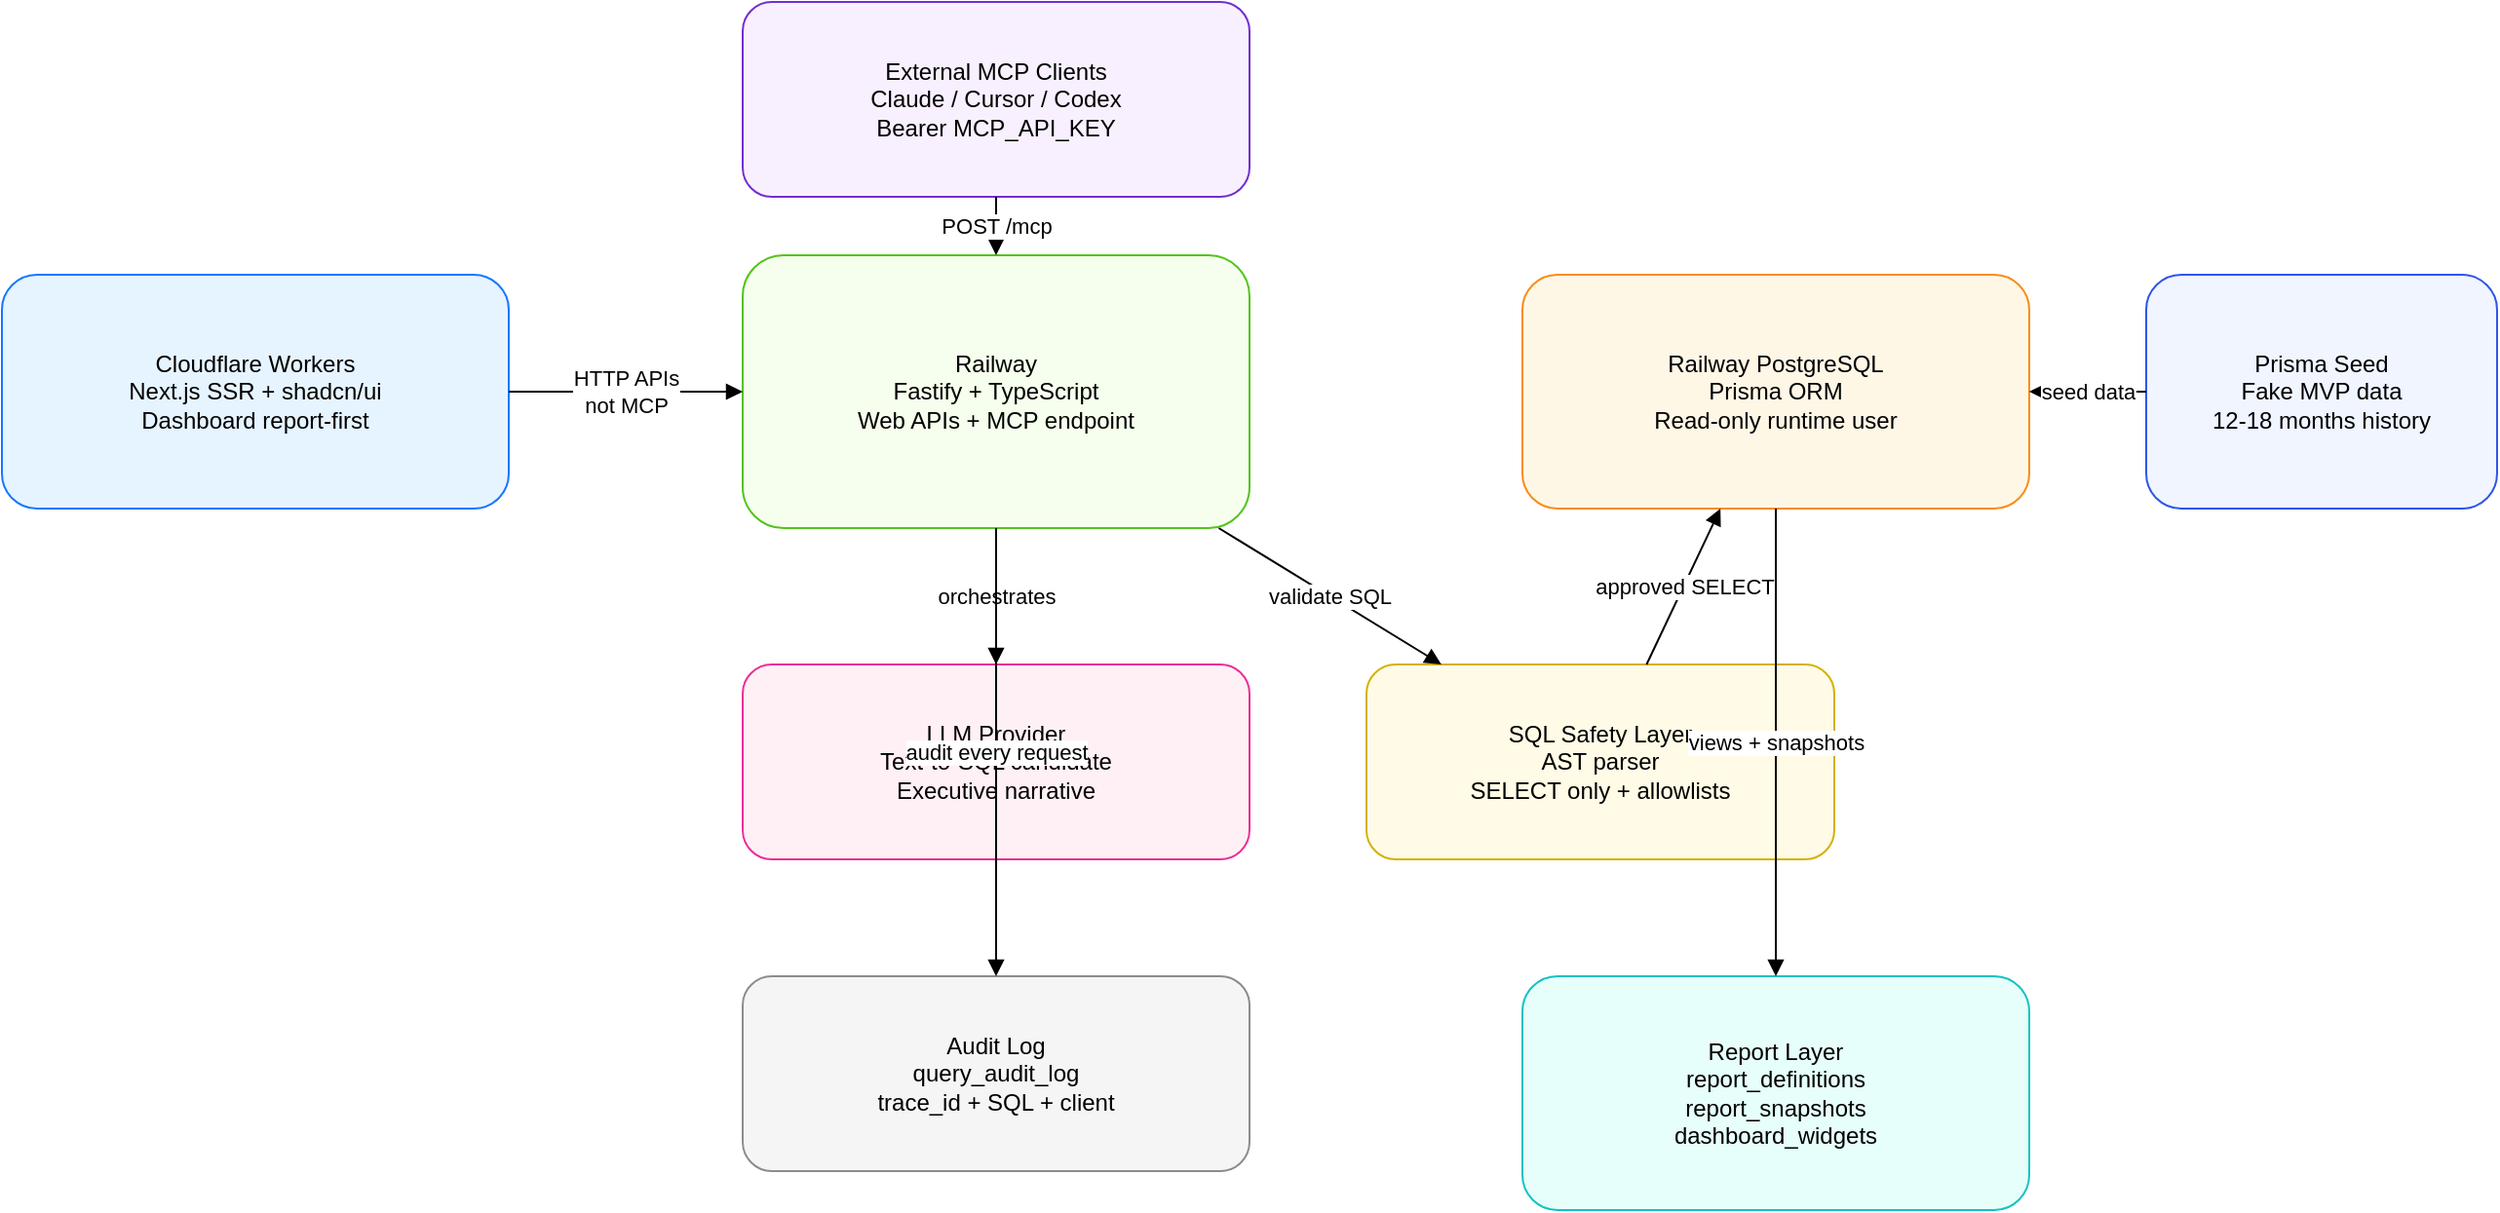
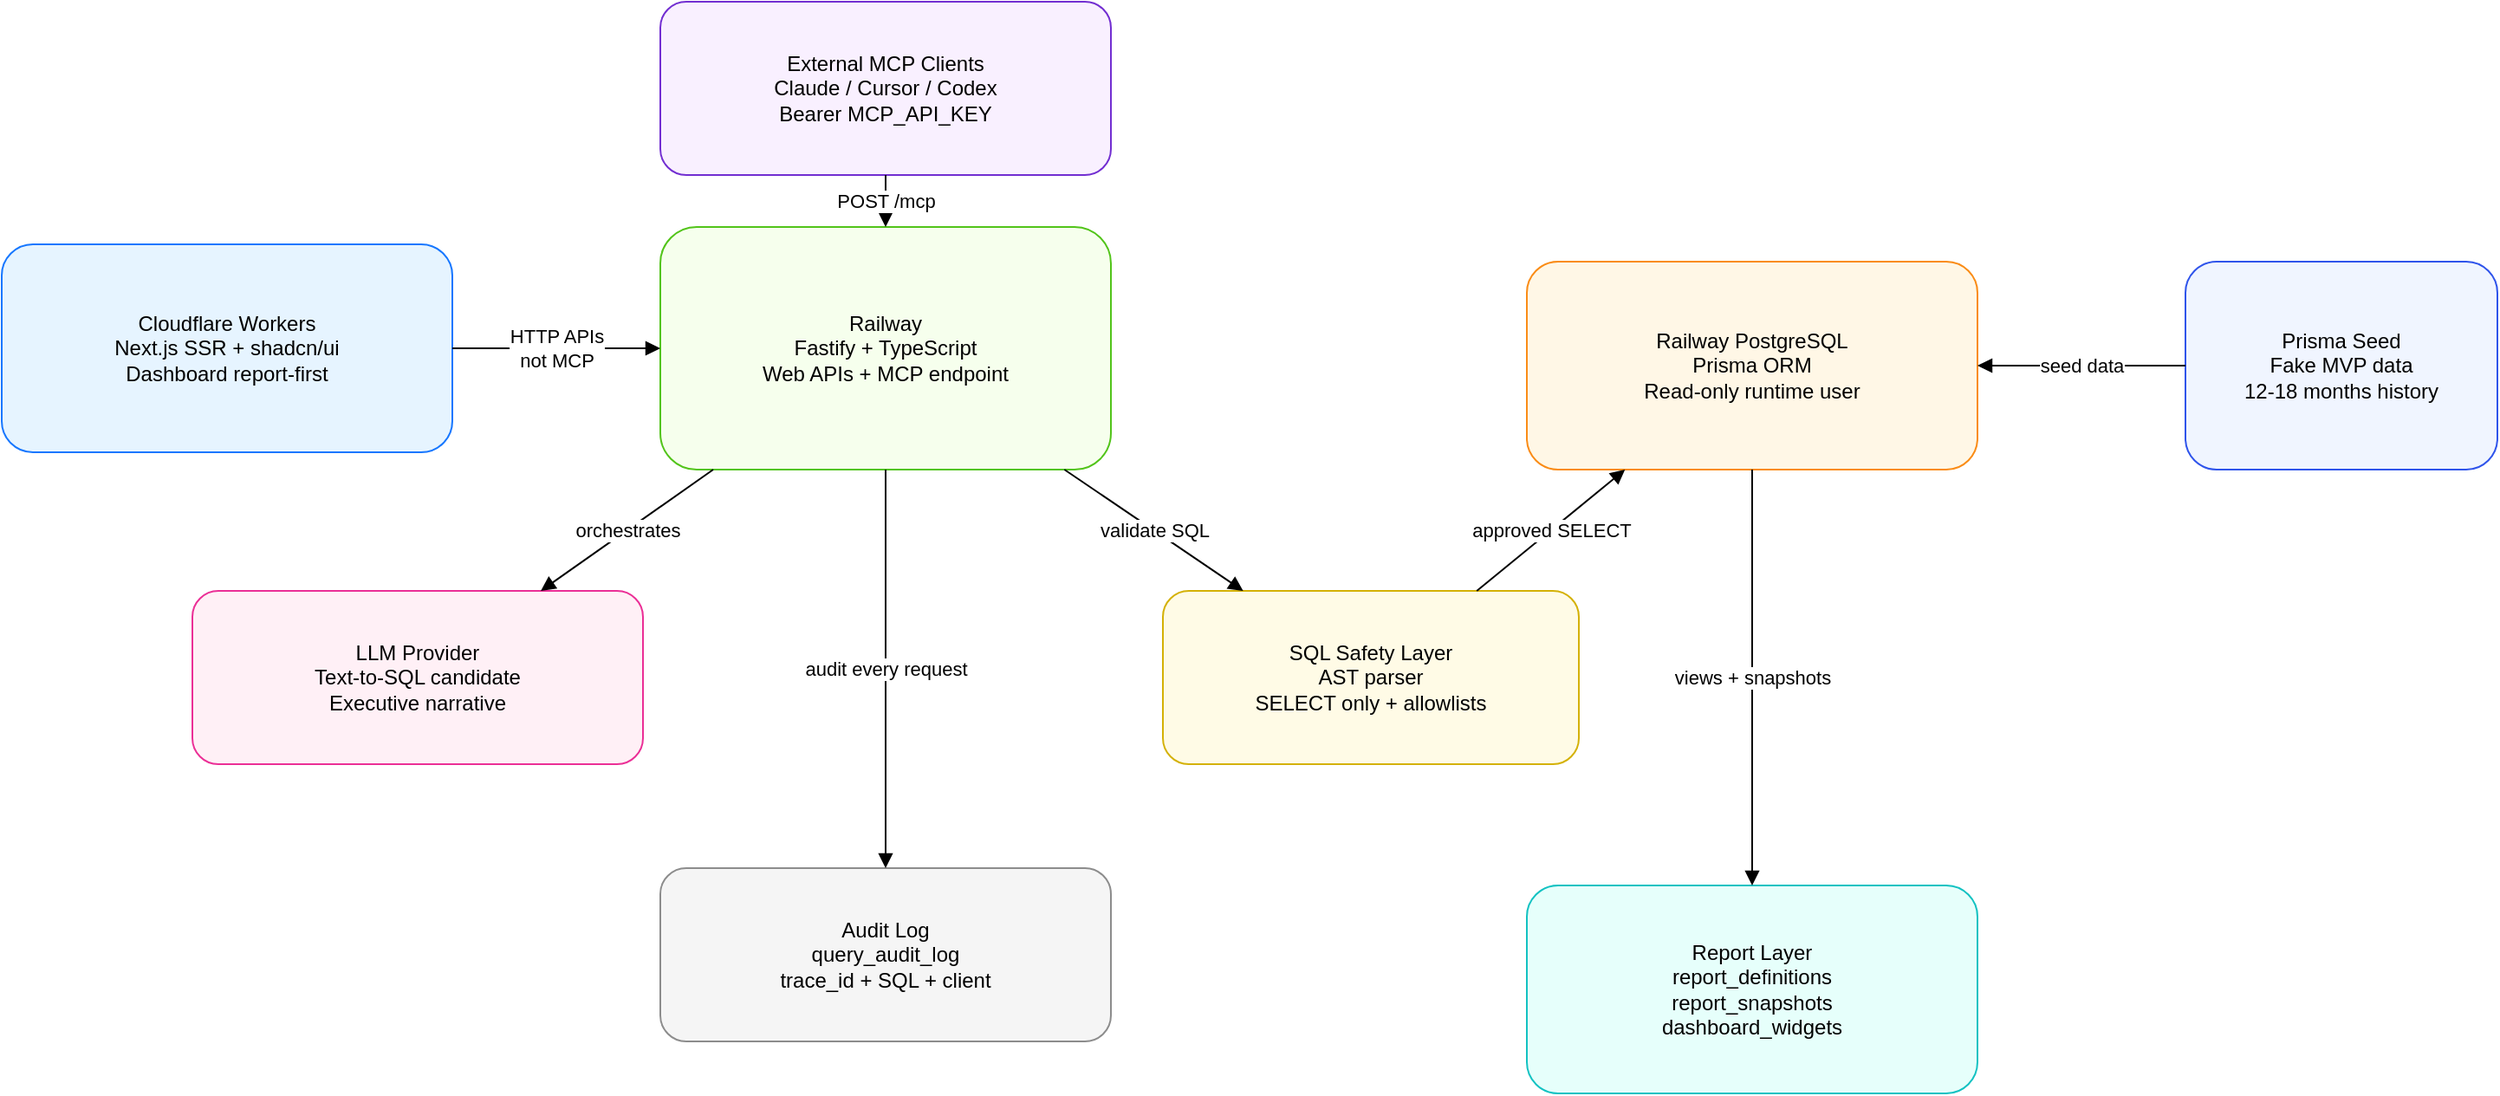
- <mxfile host="app.diagrams.net">
+ <mxfile host="Electron">
  <diagram name="Architecture" id="architecture">
-     <mxGraphModel dx="1200" dy="800" grid="1" gridSize="10" guides="1" tooltips="1" connect="1" arrows="1" fold="1" page="1" pageScale="1" pageWidth="1400" pageHeight="900" math="0" shadow="0">
+     <mxGraphModel dx="1664" dy="989" grid="1" gridSize="10" guides="1" tooltips="1" connect="1" arrows="1" fold="1" page="1" pageScale="1" pageWidth="1400" pageHeight="900" math="0" shadow="0">
      <root>
-         <mxCell id="0"/>
-         <mxCell id="1" parent="0"/>
-         <mxCell id="cloudflare" value="Cloudflare Workers&#xa;Next.js SSR + shadcn/ui&#xa;Dashboard report-first" style="rounded=1;whiteSpace=wrap;html=1;fillColor=#e6f4ff;strokeColor=#1677ff;" vertex="1" parent="1"><mxGeometry x="80" y="160" width="260" height="120" as="geometry"/></mxCell>
-         <mxCell id="railway" value="Railway&#xa;Fastify + TypeScript&#xa;Web APIs + MCP endpoint" style="rounded=1;whiteSpace=wrap;html=1;fillColor=#f6ffed;strokeColor=#52c41a;" vertex="1" parent="1"><mxGeometry x="460" y="150" width="260" height="140" as="geometry"/></mxCell>
-         <mxCell id="postgres" value="Railway PostgreSQL&#xa;Prisma ORM&#xa;Read-only runtime user" style="rounded=1;whiteSpace=wrap;html=1;fillColor=#fff7e6;strokeColor=#fa8c16;" vertex="1" parent="1"><mxGeometry x="860" y="160" width="260" height="120" as="geometry"/></mxCell>
-         <mxCell id="mcp" value="External MCP Clients&#xa;Claude / Cursor / Codex&#xa;Bearer MCP_API_KEY" style="rounded=1;whiteSpace=wrap;html=1;fillColor=#f9f0ff;strokeColor=#722ed1;" vertex="1" parent="1"><mxGeometry x="460" y="20" width="260" height="100" as="geometry"/></mxCell>
-         <mxCell id="llm" value="LLM Provider&#xa;Text-to-SQL candidate&#xa;Executive narrative" style="rounded=1;whiteSpace=wrap;html=1;fillColor=#fff0f6;strokeColor=#eb2f96;" vertex="1" parent="1"><mxGeometry x="460" y="360" width="260" height="100" as="geometry"/></mxCell>
-         <mxCell id="safety" value="SQL Safety Layer&#xa;AST parser&#xa;SELECT only + allowlists" style="rounded=1;whiteSpace=wrap;html=1;fillColor=#fffbe6;strokeColor=#d4b106;" vertex="1" parent="1"><mxGeometry x="780" y="360" width="240" height="100" as="geometry"/></mxCell>
-         <mxCell id="reports" value="Report Layer&#xa;report_definitions&#xa;report_snapshots&#xa;dashboard_widgets" style="rounded=1;whiteSpace=wrap;html=1;fillColor=#e6fffb;strokeColor=#13c2c2;" vertex="1" parent="1"><mxGeometry x="860" y="520" width="260" height="120" as="geometry"/></mxCell>
-         <mxCell id="audit" value="Audit Log&#xa;query_audit_log&#xa;trace_id + SQL + client" style="rounded=1;whiteSpace=wrap;html=1;fillColor=#f5f5f5;strokeColor=#8c8c8c;" vertex="1" parent="1"><mxGeometry x="460" y="520" width="260" height="100" as="geometry"/></mxCell>
-         <mxCell id="seed" value="Prisma Seed&#xa;Fake MVP data&#xa;12-18 months history" style="rounded=1;whiteSpace=wrap;html=1;fillColor=#f0f5ff;strokeColor=#2f54eb;" vertex="1" parent="1"><mxGeometry x="1180" y="160" width="180" height="120" as="geometry"/></mxCell>
-         <mxCell id="e1" edge="1" parent="1" source="cloudflare" target="railway" style="endArrow=block;html=1;rounded=0;" value="HTTP APIs&#xa;not MCP"><mxGeometry relative="1" as="geometry"/></mxCell>
-         <mxCell id="e2" edge="1" parent="1" source="mcp" target="railway" style="endArrow=block;html=1;rounded=0;" value="POST /mcp"><mxGeometry relative="1" as="geometry"/></mxCell>
-         <mxCell id="e3" edge="1" parent="1" source="railway" target="llm" style="endArrow=block;html=1;rounded=0;" value="orchestrates"><mxGeometry relative="1" as="geometry"/></mxCell>
-         <mxCell id="e4" edge="1" parent="1" source="railway" target="safety" style="endArrow=block;html=1;rounded=0;" value="validate SQL"><mxGeometry relative="1" as="geometry"/></mxCell>
-         <mxCell id="e5" edge="1" parent="1" source="safety" target="postgres" style="endArrow=block;html=1;rounded=0;" value="approved SELECT"><mxGeometry relative="1" as="geometry"/></mxCell>
-         <mxCell id="e6" edge="1" parent="1" source="postgres" target="reports" style="endArrow=block;html=1;rounded=0;" value="views + snapshots"><mxGeometry relative="1" as="geometry"/></mxCell>
-         <mxCell id="e7" edge="1" parent="1" source="railway" target="audit" style="endArrow=block;html=1;rounded=0;" value="audit every request"><mxGeometry relative="1" as="geometry"/></mxCell>
-         <mxCell id="e8" edge="1" parent="1" source="seed" target="postgres" style="endArrow=block;html=1;rounded=0;" value="seed data"><mxGeometry relative="1" as="geometry"/></mxCell>
+         <mxCell id="0" />
+         <mxCell id="1" parent="0" />
+         <mxCell id="cloudflare" parent="1" style="rounded=1;whiteSpace=wrap;html=1;fillColor=#e6f4ff;strokeColor=#1677ff;" value="Cloudflare Workers&#xa;Next.js SSR + shadcn/ui&#xa;Dashboard report-first" vertex="1">
+           <mxGeometry height="120" width="260" x="80" y="160" as="geometry" />
+         </mxCell>
+         <mxCell id="railway" parent="1" style="rounded=1;whiteSpace=wrap;html=1;fillColor=#f6ffed;strokeColor=#52c41a;" value="Railway&#xa;Fastify + TypeScript&#xa;Web APIs + MCP endpoint" vertex="1">
+           <mxGeometry height="140" width="260" x="460" y="150" as="geometry" />
+         </mxCell>
+         <mxCell id="postgres" parent="1" style="rounded=1;whiteSpace=wrap;html=1;fillColor=#fff7e6;strokeColor=#fa8c16;" value="Railway PostgreSQL&#xa;Prisma ORM&#xa;Read-only runtime user" vertex="1">
+           <mxGeometry height="120" width="260" x="960" y="170" as="geometry" />
+         </mxCell>
+         <mxCell id="mcp" parent="1" style="rounded=1;whiteSpace=wrap;html=1;fillColor=#f9f0ff;strokeColor=#722ed1;" value="External MCP Clients&#xa;Claude / Cursor / Codex&#xa;Bearer MCP_API_KEY" vertex="1">
+           <mxGeometry height="100" width="260" x="460" y="20" as="geometry" />
+         </mxCell>
+         <mxCell id="llm" parent="1" style="rounded=1;whiteSpace=wrap;html=1;fillColor=#fff0f6;strokeColor=#eb2f96;" value="LLM Provider&#xa;Text-to-SQL candidate&#xa;Executive narrative" vertex="1">
+           <mxGeometry height="100" width="260" x="190" y="360" as="geometry" />
+         </mxCell>
+         <mxCell id="safety" parent="1" style="rounded=1;whiteSpace=wrap;html=1;fillColor=#fffbe6;strokeColor=#d4b106;" value="SQL Safety Layer&#xa;AST parser&#xa;SELECT only + allowlists" vertex="1">
+           <mxGeometry height="100" width="240" x="750" y="360" as="geometry" />
+         </mxCell>
+         <mxCell id="reports" parent="1" style="rounded=1;whiteSpace=wrap;html=1;fillColor=#e6fffb;strokeColor=#13c2c2;" value="Report Layer&#xa;report_definitions&#xa;report_snapshots&#xa;dashboard_widgets" vertex="1">
+           <mxGeometry height="120" width="260" x="960" y="530" as="geometry" />
+         </mxCell>
+         <mxCell id="audit" parent="1" style="rounded=1;whiteSpace=wrap;html=1;fillColor=#f5f5f5;strokeColor=#8c8c8c;" value="Audit Log&#xa;query_audit_log&#xa;trace_id + SQL + client" vertex="1">
+           <mxGeometry height="100" width="260" x="460" y="520" as="geometry" />
+         </mxCell>
+         <mxCell id="seed" parent="1" style="rounded=1;whiteSpace=wrap;html=1;fillColor=#f0f5ff;strokeColor=#2f54eb;" value="Prisma Seed&#xa;Fake MVP data&#xa;12-18 months history" vertex="1">
+           <mxGeometry height="120" width="180" x="1340" y="170" as="geometry" />
+         </mxCell>
+         <mxCell id="e1" edge="1" parent="1" source="cloudflare" style="endArrow=block;html=1;rounded=0;" target="railway" value="HTTP APIs&#xa;not MCP">
+           <mxGeometry relative="1" as="geometry" />
+         </mxCell>
+         <mxCell id="e2" edge="1" parent="1" source="mcp" style="endArrow=block;html=1;rounded=0;" target="railway" value="POST /mcp">
+           <mxGeometry relative="1" as="geometry" />
+         </mxCell>
+         <mxCell id="e3" edge="1" parent="1" source="railway" style="endArrow=block;html=1;rounded=0;" target="llm" value="orchestrates">
+           <mxGeometry relative="1" as="geometry" />
+         </mxCell>
+         <mxCell id="e4" edge="1" parent="1" source="railway" style="endArrow=block;html=1;rounded=0;" target="safety" value="validate SQL">
+           <mxGeometry relative="1" as="geometry" />
+         </mxCell>
+         <mxCell id="e5" edge="1" parent="1" source="safety" style="endArrow=block;html=1;rounded=0;" target="postgres" value="approved SELECT">
+           <mxGeometry relative="1" as="geometry" />
+         </mxCell>
+         <mxCell id="e6" edge="1" parent="1" source="postgres" style="endArrow=block;html=1;rounded=0;" target="reports" value="views + snapshots">
+           <mxGeometry relative="1" as="geometry" />
+         </mxCell>
+         <mxCell id="e7" edge="1" parent="1" source="railway" style="endArrow=block;html=1;rounded=0;" target="audit" value="audit every request">
+           <mxGeometry relative="1" as="geometry" />
+         </mxCell>
+         <mxCell id="e8" edge="1" parent="1" source="seed" style="endArrow=block;html=1;rounded=0;" target="postgres" value="seed data">
+           <mxGeometry relative="1" as="geometry" />
+         </mxCell>
      </root>
    </mxGraphModel>
  </diagram>
</mxfile>
